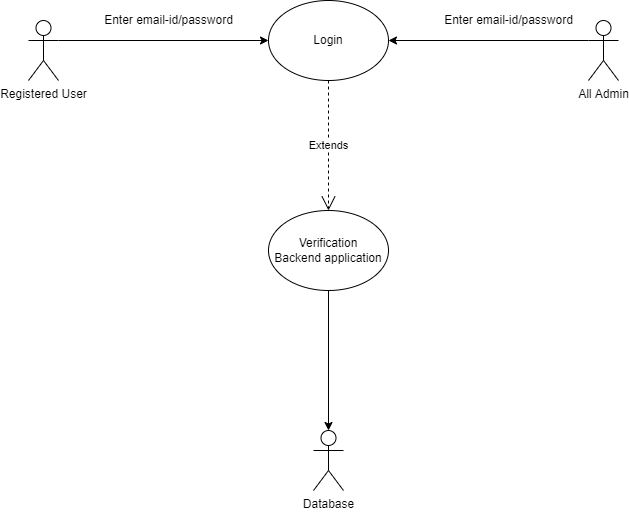
The draw.io diagram Use case diagram/Electronics mart login.png in mohitleo03/Software-Engineering-Project-Management, before a commit. Source tidied: cells renumbered, new cells last; positions are measured from the earlier drawing's top-left corner, leaving out a move shared by most shapes.
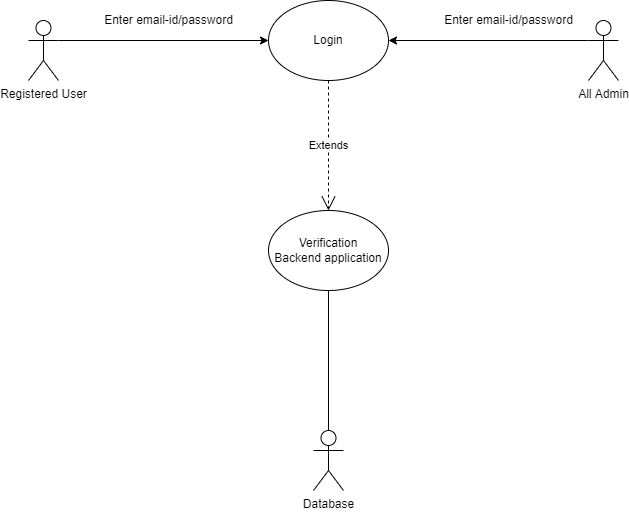
After the change.

Diff of the diagram source:
```diff
@@ -23,9 +23,6 @@
     <mxCell id="8" style="edgeStyle=none;rounded=0;jettySize=auto;html=1;exitX=0;exitY=0.3333333333333333;exitDx=0;exitDy=0;exitPerimeter=0;entryX=1;entryY=0.5;entryDx=0;entryDy=0;" parent="1" edge="1" source="4" target="5">
       <mxGeometry relative="1" as="geometry" />
     </mxCell>
-    <mxCell id="9" style="edgeStyle=none;rounded=0;jettySize=auto;html=1;exitX=0.5;exitY=1;exitDx=0;exitDy=0;" parent="1" edge="1" source="6" target="7">
-      <mxGeometry relative="1" as="geometry" />
-    </mxCell>
     <mxCell id="10" value="Extends" style="endArrow=open;endSize=12;dashed=1;html=1;rounded=0;exitX=0.5;exitY=1;exitDx=0;exitDy=0;entryX=0.5;entryY=0;entryDx=0;entryDy=0;" parent="1" edge="1" source="5" target="6">
       <mxGeometry relative="1" as="geometry" />
     </mxCell>
@@ -35,5 +32,8 @@
     <mxCell id="12" value="Enter email-id/password" style="text;html=1;align=center;verticalAlign=middle;strokeColor=none;fillColor=none;" parent="1" vertex="1">
       <mxGeometry x="410" y="10" width="140" height="20" as="geometry" />
     </mxCell>
+    <mxCell id="13" style="endArrow=none;html=1;rounded=0;entryX=0.5;entryY=1;entryDx=0;entryDy=0;exitX=0.5;exitY=0;exitDx=0;exitDy=0;exitPerimeter=0;" parent="1" edge="1" source="7" target="6">
+      <mxGeometry relative="1" as="geometry" />
+    </mxCell>
   </root>
 </mxGraphModel>
```
